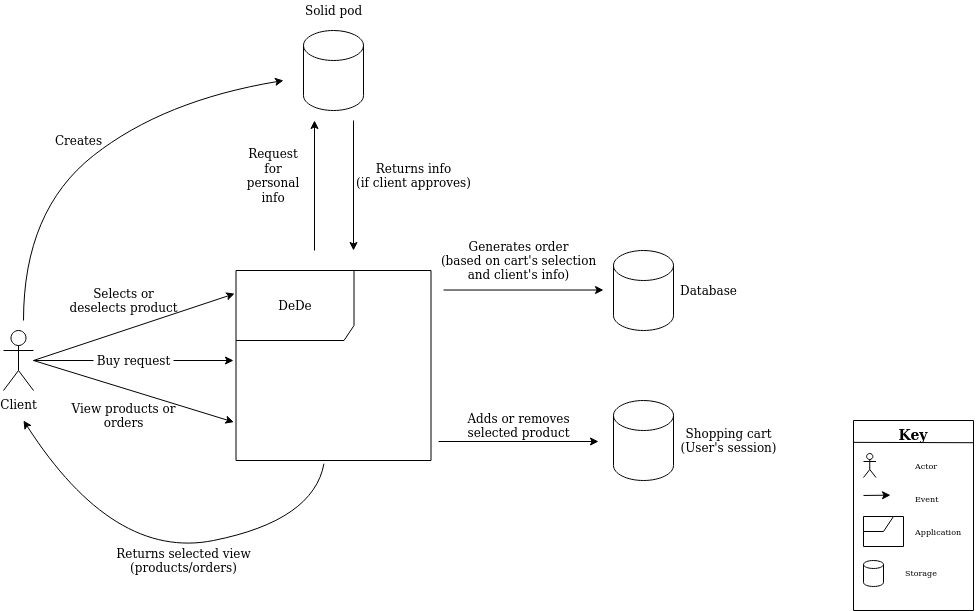
This is images/business_context_diagram.png from Arquisoft/dede_es5a, a draw.io export, as it was before one commit. Source tidied: cells renumbered, new cells last; positions are measured from the earlier drawing's top-left corner, leaving out a move shared by most shapes.
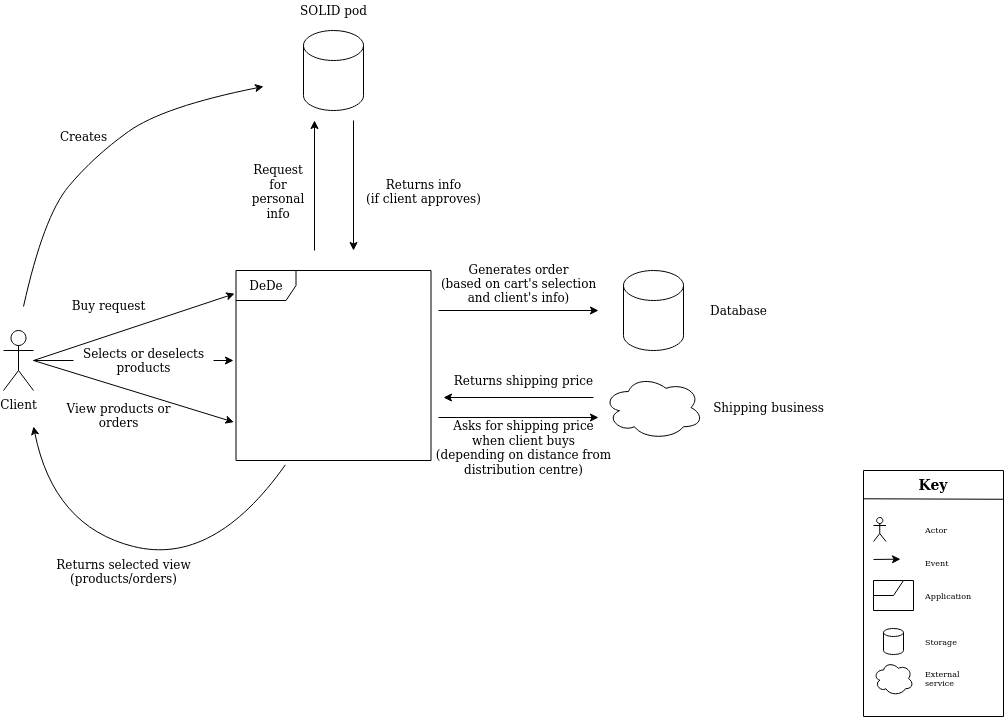
The same diagram one commit later.

Diff of the diagram source:
```diff
@@ -2,153 +2,169 @@
   <root>
     <mxCell id="0" />
     <mxCell id="1" parent="0" />
-    <mxCell id="2" value="DeDe" style="shape=umlFrame;whiteSpace=wrap;html=1;width=118;height=70;" parent="1" vertex="1">
-      <mxGeometry x="232.5" y="270" width="195" height="190" as="geometry" />
+    <mxCell id="2" value="DeDe" style="shape=umlFrame;whiteSpace=wrap;html=1;" parent="1" vertex="1">
+      <mxGeometry x="-1007.5" y="284" width="195" height="190" as="geometry" />
     </mxCell>
     <mxCell id="3" value="Client" style="shape=umlActor;verticalLabelPosition=bottom;verticalAlign=top;html=1;" parent="1" vertex="1">
-      <mxGeometry y="330" width="30" height="60" as="geometry" />
+      <mxGeometry x="-1240" y="344" width="30" height="60" as="geometry" />
     </mxCell>
-    <mxCell id="4" style="endArrow=classic;html=1;rounded=0;startArrow=none;" parent="1" edge="1" source="28">
-      <mxGeometry relative="1" as="geometry">
-        <mxPoint x="230" y="360" as="targetPoint" />
-      </mxGeometry>
-    </mxCell>
-    <mxCell id="5" style="endArrow=classic;html=1;rounded=0;" parent="1" edge="1">
-      <mxGeometry relative="1" as="geometry">
-        <mxPoint x="440" y="289.5" as="sourcePoint" />
-        <mxPoint x="600" y="289.5" as="targetPoint" />
-      </mxGeometry>
-    </mxCell>
+    <mxCell id="40" style="endArrow=classic;html=1;rounded=0;startArrow=none;" parent="1" edge="1" source="56">
+      <mxGeometry relative="1" as="geometry">
+        <mxPoint x="-1010" y="374" as="targetPoint" />
+      </mxGeometry>
+    </mxCell>
+    <mxCell id="41" style="endArrow=classic;html=1;rounded=0;" parent="1" edge="1">
+      <mxGeometry relative="1" as="geometry">
+        <mxPoint x="-805" y="324" as="sourcePoint" />
+        <mxPoint x="-645" y="324" as="targetPoint" />
+      </mxGeometry>
+    </mxCell>
     <mxCell id="6" value="&lt;div&gt;Generates order&lt;br&gt;&lt;/div&gt;&lt;div&gt;(based on cart's selection&lt;/div&gt;&lt;div&gt;and client's info)&lt;br&gt;&lt;/div&gt;" style="text;html=1;align=center;verticalAlign=middle;strokeColor=none;fillColor=none;" parent="1" vertex="1">
-      <mxGeometry x="430" y="235" width="170" height="50" as="geometry" />
+      <mxGeometry x="-810" y="272" width="170" height="50" as="geometry" />
     </mxCell>
-    <mxCell id="7" style="swimlane;startSize=0;" parent="1" vertex="1">
-      <mxGeometry x="850" y="420" width="120" height="190" as="geometry" />
-    </mxCell>
-    <mxCell id="8" style="shape=umlActor;verticalLabelPosition=bottom;verticalAlign=top;html=1;" parent="7" vertex="1">
-      <mxGeometry x="10" y="33" width="12.5" height="24" as="geometry" />
-    </mxCell>
+    <mxCell id="42" style="swimlane;startSize=0;" parent="1" vertex="1">
+      <mxGeometry x="-380" y="484" width="140" height="246" as="geometry" />
+    </mxCell>
+    <mxCell id="43" style="shape=umlActor;verticalLabelPosition=bottom;verticalAlign=top;html=1;" parent="42" vertex="1">
+      <mxGeometry x="10" y="47" width="12.5" height="24" as="geometry" />
+    </mxCell>
-    <mxCell id="9" value="Event" style="text;html=1;strokeColor=none;fillColor=none;align=left;verticalAlign=middle;whiteSpace=wrap;rounded=0;fontSize=8;" parent="7" vertex="1">
-      <mxGeometry x="60" y="63" width="60" height="30" as="geometry" />
+    <mxCell id="9" value="Event" style="text;html=1;strokeColor=none;fillColor=none;align=left;verticalAlign=middle;whiteSpace=wrap;rounded=0;fontSize=8;" parent="42" vertex="1">
+      <mxGeometry x="60" y="77" width="60" height="30" as="geometry" />
     </mxCell>
-    <mxCell id="10" value="&lt;font style=&quot;font-size: 14px&quot;&gt;&lt;b&gt;Key&lt;/b&gt;&lt;/font&gt;" style="text;html=1;strokeColor=none;fillColor=none;align=center;verticalAlign=middle;whiteSpace=wrap;rounded=0;" parent="7" vertex="1">
-      <mxGeometry x="30" width="60" height="30" as="geometry" />
+    <mxCell id="10" value="&lt;font style=&quot;font-size: 14px&quot;&gt;&lt;b&gt;Key&lt;/b&gt;&lt;/font&gt;" style="text;html=1;strokeColor=none;fillColor=none;align=center;verticalAlign=middle;whiteSpace=wrap;rounded=0;" parent="42" vertex="1">
+      <mxGeometry x="40" width="60" height="30" as="geometry" />
     </mxCell>
-    <mxCell id="11" style="endArrow=classic;html=1;rounded=0;" parent="7" edge="1">
-      <mxGeometry relative="1" as="geometry">
-        <mxPoint x="10" y="75" as="sourcePoint" />
-        <mxPoint x="37" y="74.7" as="targetPoint" />
-      </mxGeometry>
-    </mxCell>
-    <mxCell id="12" style="shape=umlFrame;whiteSpace=wrap;html=1;width=30;height=15;" parent="7" vertex="1">
-      <mxGeometry x="10" y="96" width="40" height="30" as="geometry" />
-    </mxCell>
+    <mxCell id="44" style="endArrow=classic;html=1;rounded=0;" parent="42" edge="1">
+      <mxGeometry relative="1" as="geometry">
+        <mxPoint x="10" y="89" as="sourcePoint" />
+        <mxPoint x="37" y="88.7" as="targetPoint" />
+      </mxGeometry>
+    </mxCell>
+    <mxCell id="45" style="shape=umlFrame;whiteSpace=wrap;html=1;width=30;height=15;" parent="42" vertex="1">
+      <mxGeometry x="10" y="110" width="40" height="30" as="geometry" />
+    </mxCell>
-    <mxCell id="13" value="Actor" style="text;html=1;strokeColor=none;fillColor=none;align=left;verticalAlign=middle;whiteSpace=wrap;rounded=0;fontSize=8;" parent="7" vertex="1">
-      <mxGeometry x="60" y="30" width="60" height="30" as="geometry" />
+    <mxCell id="13" value="Actor" style="text;html=1;strokeColor=none;fillColor=none;align=left;verticalAlign=middle;whiteSpace=wrap;rounded=0;fontSize=8;" parent="42" vertex="1">
+      <mxGeometry x="60" y="44" width="60" height="30" as="geometry" />
     </mxCell>
-    <mxCell id="14" value="Application" style="text;html=1;strokeColor=none;fillColor=none;align=left;verticalAlign=middle;whiteSpace=wrap;rounded=0;fontSize=8;" parent="7" vertex="1">
-      <mxGeometry x="60" y="96" width="60" height="30" as="geometry" />
+    <mxCell id="14" value="Application" style="text;html=1;strokeColor=none;fillColor=none;align=left;verticalAlign=middle;whiteSpace=wrap;rounded=0;fontSize=8;" parent="42" vertex="1">
+      <mxGeometry x="60" y="110" width="60" height="30" as="geometry" />
     </mxCell>
-    <mxCell id="15" value="Storage" style="text;html=1;strokeColor=none;fillColor=none;align=left;verticalAlign=middle;whiteSpace=wrap;rounded=0;fontSize=8;" parent="7" vertex="1">
-      <mxGeometry x="50" y="137" width="60" height="30" as="geometry" />
+    <mxCell id="15" value="Storage" style="text;html=1;strokeColor=none;fillColor=none;align=left;verticalAlign=middle;whiteSpace=wrap;rounded=0;fontSize=8;" parent="42" vertex="1">
+      <mxGeometry x="60" y="156" width="60" height="30" as="geometry" />
     </mxCell>
-    <mxCell id="16" style="shape=cylinder3;whiteSpace=wrap;html=1;boundedLbl=1;backgroundOutline=1;size=4;" parent="7" vertex="1">
-      <mxGeometry x="10" y="140" width="20" height="26" as="geometry" />
-    </mxCell>
-    <mxCell id="17" style="endArrow=none;html=1;rounded=0;entryX=1.001;entryY=0.117;entryDx=0;entryDy=0;entryPerimeter=0;exitX=0;exitY=0.115;exitDx=0;exitDy=0;exitPerimeter=0;" parent="1" edge="1" source="7" target="7">
-      <mxGeometry relative="1" as="geometry" />
-    </mxCell>
-    <mxCell id="18" style="shape=cylinder3;whiteSpace=wrap;html=1;boundedLbl=1;backgroundOutline=1;size=15;" parent="1" vertex="1">
-      <mxGeometry x="610" y="250" width="60" height="80" as="geometry" />
-    </mxCell>
+    <mxCell id="46" style="shape=cylinder3;whiteSpace=wrap;html=1;boundedLbl=1;backgroundOutline=1;size=4;" parent="42" vertex="1">
+      <mxGeometry x="20" y="158" width="20" height="26" as="geometry" />
+    </mxCell>
+    <mxCell id="47" style="ellipse;shape=cloud;whiteSpace=wrap;html=1;" parent="42" vertex="1">
+      <mxGeometry x="10" y="191" width="40" height="34" as="geometry" />
+    </mxCell>
+    <mxCell id="48" value="External service" style="text;html=1;strokeColor=none;fillColor=none;align=left;verticalAlign=middle;whiteSpace=wrap;rounded=0;fontSize=8;" parent="42" vertex="1">
+      <mxGeometry x="60" y="193" width="60" height="30" as="geometry" />
+    </mxCell>
+    <mxCell id="49" style="endArrow=none;html=1;rounded=0;entryX=1.001;entryY=0.117;entryDx=0;entryDy=0;entryPerimeter=0;exitX=0;exitY=0.115;exitDx=0;exitDy=0;exitPerimeter=0;" parent="1" edge="1" source="42" target="42">
+      <mxGeometry relative="1" as="geometry" />
+    </mxCell>
+    <mxCell id="50" style="shape=cylinder3;whiteSpace=wrap;html=1;boundedLbl=1;backgroundOutline=1;size=15;" parent="1" vertex="1">
+      <mxGeometry x="-620" y="284" width="60" height="80" as="geometry" />
+    </mxCell>
     <mxCell id="19" value="Database" style="text;html=1;align=center;verticalAlign=middle;strokeColor=none;fillColor=none;" parent="1" vertex="1">
-      <mxGeometry x="670" y="280" width="70" height="20" as="geometry" />
+      <mxGeometry x="-540" y="314" width="70" height="20" as="geometry" />
     </mxCell>
-    <mxCell id="20" style="endArrow=classic;html=1;rounded=0;entryX=-0.011;entryY=0.798;entryDx=0;entryDy=0;entryPerimeter=0;" parent="1" edge="1" target="2">
-      <mxGeometry relative="1" as="geometry">
-        <mxPoint x="30" y="360" as="sourcePoint" />
-      </mxGeometry>
-    </mxCell>
+    <mxCell id="51" style="endArrow=classic;html=1;rounded=0;entryX=-0.011;entryY=0.798;entryDx=0;entryDy=0;entryPerimeter=0;" parent="1" edge="1" target="2">
+      <mxGeometry relative="1" as="geometry">
+        <mxPoint x="-1210" y="374" as="sourcePoint" />
+      </mxGeometry>
+    </mxCell>
     <mxCell id="21" value="&lt;div&gt;View products or &lt;br&gt;&lt;/div&gt;&lt;div&gt;orders&lt;/div&gt;" style="text;html=1;align=center;verticalAlign=middle;strokeColor=none;fillColor=none;" parent="1" vertex="1">
-      <mxGeometry x="65" y="400" width="110" height="30" as="geometry" />
+      <mxGeometry x="-1180" y="414" width="110" height="30" as="geometry" />
     </mxCell>
-    <mxCell id="22" style="shape=cylinder3;whiteSpace=wrap;html=1;boundedLbl=1;backgroundOutline=1;size=15;" parent="1" vertex="1">
-      <mxGeometry x="300" y="30" width="60" height="80" as="geometry" />
-    </mxCell>
-    <mxCell id="23" style="endArrow=classic;html=1;rounded=0;" parent="1" edge="1">
-      <mxGeometry relative="1" as="geometry">
-        <mxPoint x="311" y="250" as="sourcePoint" />
-        <mxPoint x="311" y="120" as="targetPoint" />
-      </mxGeometry>
-    </mxCell>
-    <mxCell id="24" style="endArrow=classic;html=1;rounded=0;" parent="1" edge="1">
-      <mxGeometry relative="1" as="geometry">
-        <mxPoint x="350" y="120" as="sourcePoint" />
-        <mxPoint x="350" y="250" as="targetPoint" />
-      </mxGeometry>
-    </mxCell>
-    <mxCell id="25" value="Solid pod" style="text;html=1;align=center;verticalAlign=middle;strokeColor=none;fillColor=none;" parent="1" vertex="1">
-      <mxGeometry x="295" width="70" height="20" as="geometry" />
-    </mxCell>
+    <mxCell id="52" style="shape=cylinder3;whiteSpace=wrap;html=1;boundedLbl=1;backgroundOutline=1;size=15;" parent="1" vertex="1">
+      <mxGeometry x="-940" y="44" width="60" height="80" as="geometry" />
+    </mxCell>
+    <mxCell id="53" style="endArrow=classic;html=1;rounded=0;" parent="1" edge="1">
+      <mxGeometry relative="1" as="geometry">
+        <mxPoint x="-929" y="264" as="sourcePoint" />
+        <mxPoint x="-929" y="134" as="targetPoint" />
+      </mxGeometry>
+    </mxCell>
+    <mxCell id="54" style="endArrow=classic;html=1;rounded=0;" parent="1" edge="1">
+      <mxGeometry relative="1" as="geometry">
+        <mxPoint x="-890" y="134" as="sourcePoint" />
+        <mxPoint x="-890" y="264" as="targetPoint" />
+      </mxGeometry>
+    </mxCell>
+    <mxCell id="55" value="SOLID pod" style="text;html=1;align=center;verticalAlign=middle;strokeColor=none;fillColor=none;" parent="1" vertex="1">
+      <mxGeometry x="-950" y="14" width="80" height="20" as="geometry" />
+    </mxCell>
     <mxCell id="26" value="Request for personal info" style="text;html=1;strokeColor=none;fillColor=none;align=center;verticalAlign=middle;whiteSpace=wrap;rounded=0;" parent="1" vertex="1">
-      <mxGeometry x="235" y="160" width="70" height="30" as="geometry" />
+      <mxGeometry x="-1000" y="190" width="70" height="30" as="geometry" />
     </mxCell>
     <mxCell id="27" value="&lt;div&gt;Returns info&lt;/div&gt;&lt;div&gt;(if client approves)&lt;/div&gt;" style="text;html=1;align=center;verticalAlign=middle;strokeColor=none;fillColor=none;" parent="1" vertex="1">
-      <mxGeometry x="350" y="160" width="120" height="30" as="geometry" />
+      <mxGeometry x="-880" y="190" width="120" height="30" as="geometry" />
     </mxCell>
+    <mxCell id="56" value="&lt;div&gt;Selects or deselects&lt;/div&gt;&lt;div&gt;products&lt;br&gt;&lt;/div&gt;" style="text;html=1;align=center;verticalAlign=middle;points=[];strokeColor=none;fillColor=none;" parent="1" vertex="1">
+      <mxGeometry x="-1170" y="359" width="140" height="30" as="geometry" />
+    </mxCell>
+    <mxCell id="57" style="endArrow=none;html=1;rounded=0;" parent="1" edge="1" source="3" target="56">
+      <mxGeometry relative="1" as="geometry" />
+    </mxCell>
+    <mxCell id="58" style="endArrow=classic;html=1;rounded=0;entryX=-0.007;entryY=0.122;entryDx=0;entryDy=0;entryPerimeter=0;" parent="1" edge="1" target="2">
+      <mxGeometry relative="1" as="geometry">
+        <mxPoint x="-1210" y="374" as="sourcePoint" />
+      </mxGeometry>
+    </mxCell>
     <mxCell id="28" value="Buy request" style="text;html=1;align=center;verticalAlign=middle;points=[];strokeColor=none;fillColor=none;" parent="1" vertex="1">
-      <mxGeometry x="90" y="350" width="80" height="20" as="geometry" />
+      <mxGeometry x="-1180" y="309" width="90" height="20" as="geometry" />
     </mxCell>
-    <mxCell id="29" style="endArrow=none;html=1;rounded=0;" parent="1" edge="1" source="3" target="28">
-      <mxGeometry relative="1" as="geometry" />
-    </mxCell>
-    <mxCell id="30" style="endArrow=classic;html=1;rounded=0;entryX=-0.007;entryY=0.122;entryDx=0;entryDy=0;entryPerimeter=0;" parent="1" edge="1" target="2">
-      <mxGeometry relative="1" as="geometry">
-        <mxPoint x="30" y="360" as="sourcePoint" />
-      </mxGeometry>
-    </mxCell>
-    <mxCell id="31" value="&lt;div&gt;Selects or &lt;br&gt;&lt;/div&gt;&lt;div&gt;deselects product&lt;/div&gt;" style="text;html=1;align=center;verticalAlign=middle;strokeColor=none;fillColor=none;" parent="1" vertex="1">
-      <mxGeometry x="65" y="285" width="110" height="30" as="geometry" />
-    </mxCell>
-    <mxCell id="32" style="endArrow=classic;html=1;rounded=0;" parent="1" edge="1">
-      <mxGeometry relative="1" as="geometry">
-        <mxPoint x="435" y="441" as="sourcePoint" />
-        <mxPoint x="595" y="441" as="targetPoint" />
-      </mxGeometry>
-    </mxCell>
-    <mxCell id="33" style="shape=cylinder3;whiteSpace=wrap;html=1;boundedLbl=1;backgroundOutline=1;size=15;" parent="1" vertex="1">
-      <mxGeometry x="610" y="400" width="60" height="80" as="geometry" />
-    </mxCell>
-    <mxCell id="34" value="&lt;div&gt;Shopping cart&lt;/div&gt;&lt;div&gt;(User's session)&lt;br&gt;&lt;/div&gt;" style="text;html=1;align=center;verticalAlign=middle;strokeColor=none;fillColor=none;" parent="1" vertex="1">
-      <mxGeometry x="670" y="425" width="110" height="30" as="geometry" />
-    </mxCell>
-    <mxCell id="35" value="&lt;div&gt;Adds or removes &lt;br&gt;&lt;/div&gt;&lt;div&gt;selected product&lt;/div&gt;" style="text;html=1;align=center;verticalAlign=middle;strokeColor=none;fillColor=none;" parent="1" vertex="1">
-      <mxGeometry x="460" y="410" width="110" height="30" as="geometry" />
-    </mxCell>
-    <mxCell id="36" style="curved=1;endArrow=classic;html=1;rounded=0;exitX=0.451;exitY=1.017;exitDx=0;exitDy=0;exitPerimeter=0;" parent="1" edge="1" source="2">
-      <mxGeometry relative="1" as="geometry">
-        <mxPoint x="20" y="420" as="targetPoint" />
-        <Array as="points">
-          <mxPoint x="310" y="520" />
-          <mxPoint x="110" y="560" />
-        </Array>
-      </mxGeometry>
-    </mxCell>
+    <mxCell id="59" style="curved=1;endArrow=classic;html=1;rounded=0;" parent="1" edge="1">
+      <mxGeometry relative="1" as="geometry">
+        <mxPoint x="-1220" y="320" as="sourcePoint" />
+        <mxPoint x="-980" y="100" as="targetPoint" />
+        <Array as="points">
+          <mxPoint x="-1200" y="230" />
+          <mxPoint x="-1150" y="170" />
+          <mxPoint x="-1080" y="120" />
+        </Array>
+      </mxGeometry>
+    </mxCell>
+    <mxCell id="39" value="Creates" style="text;html=1;align=center;verticalAlign=middle;strokeColor=none;fillColor=none;" parent="1" vertex="1">
+      <mxGeometry x="-1190" y="140" width="60" height="20" as="geometry" />
+    </mxCell>
+    <mxCell id="60" style="curved=1;endArrow=classic;html=1;rounded=0;exitX=0.253;exitY=1.023;exitDx=0;exitDy=0;exitPerimeter=0;" parent="1" edge="1" source="2">
+      <mxGeometry relative="1" as="geometry">
+        <mxPoint x="-1210" y="440" as="targetPoint" />
+        <Array as="points">
+          <mxPoint x="-1030" y="580" />
+          <mxPoint x="-1190" y="540" />
+        </Array>
+      </mxGeometry>
+    </mxCell>
     <mxCell id="37" value="&lt;div&gt;Returns selected view&lt;/div&gt;&lt;div&gt;(products/orders)&lt;br&gt;&lt;/div&gt;" style="text;html=1;align=center;verticalAlign=middle;strokeColor=none;fillColor=none;" parent="1" vertex="1">
-      <mxGeometry x="105" y="545" width="150" height="30" as="geometry" />
+      <mxGeometry x="-1195" y="570" width="150" height="30" as="geometry" />
     </mxCell>
-    <mxCell id="38" style="curved=1;endArrow=classic;html=1;rounded=0;" parent="1" edge="1">
-      <mxGeometry relative="1" as="geometry">
-        <mxPoint x="20" y="320" as="sourcePoint" />
-        <mxPoint x="280" y="80" as="targetPoint" />
-        <Array as="points">
-          <mxPoint x="20" y="210" />
-          <mxPoint x="160" y="100" />
-        </Array>
-      </mxGeometry>
-    </mxCell>
-    <mxCell id="39" value="Creates" style="text;html=1;align=center;verticalAlign=middle;strokeColor=none;fillColor=none;" parent="1" vertex="1">
-      <mxGeometry x="45" y="130" width="60" height="20" as="geometry" />
-    </mxCell>
+    <mxCell id="61" style="ellipse;shape=cloud;whiteSpace=wrap;html=1;" parent="1" vertex="1">
+      <mxGeometry x="-640" y="389" width="100" height="64" as="geometry" />
+    </mxCell>
+    <mxCell id="62" value="Shipping business" style="text;html=1;align=center;verticalAlign=middle;strokeColor=none;fillColor=none;" parent="1" vertex="1">
+      <mxGeometry x="-540" y="411" width="130" height="20" as="geometry" />
+    </mxCell>
+    <mxCell id="63" style="endArrow=classic;html=1;rounded=0;" parent="1" edge="1">
+      <mxGeometry relative="1" as="geometry">
+        <mxPoint x="-805" y="431" as="sourcePoint" />
+        <mxPoint x="-645" y="431" as="targetPoint" />
+      </mxGeometry>
+    </mxCell>
+    <mxCell id="64" style="endArrow=classic;html=1;rounded=0;" parent="1" edge="1">
+      <mxGeometry relative="1" as="geometry">
+        <mxPoint x="-650" y="411" as="sourcePoint" />
+        <mxPoint x="-800" y="411" as="targetPoint" />
+      </mxGeometry>
+    </mxCell>
+    <mxCell id="65" value="&lt;div&gt;Asks for shipping price &lt;br&gt;&lt;/div&gt;&lt;div&gt;when client buys&lt;br&gt;&lt;/div&gt;&lt;div&gt;(depending on distance from&lt;/div&gt;&lt;div&gt;distribution centre)&lt;br&gt;&lt;/div&gt;" style="text;html=1;align=center;verticalAlign=middle;strokeColor=none;fillColor=none;" parent="1" vertex="1">
+      <mxGeometry x="-815" y="431" width="190" height="60" as="geometry" />
+    </mxCell>
+    <mxCell id="66" value="Returns shipping price" style="text;html=1;align=center;verticalAlign=middle;strokeColor=none;fillColor=none;" parent="1" vertex="1">
+      <mxGeometry x="-795" y="384" width="150" height="20" as="geometry" />
+    </mxCell>
   </root>
 </mxGraphModel>
```
